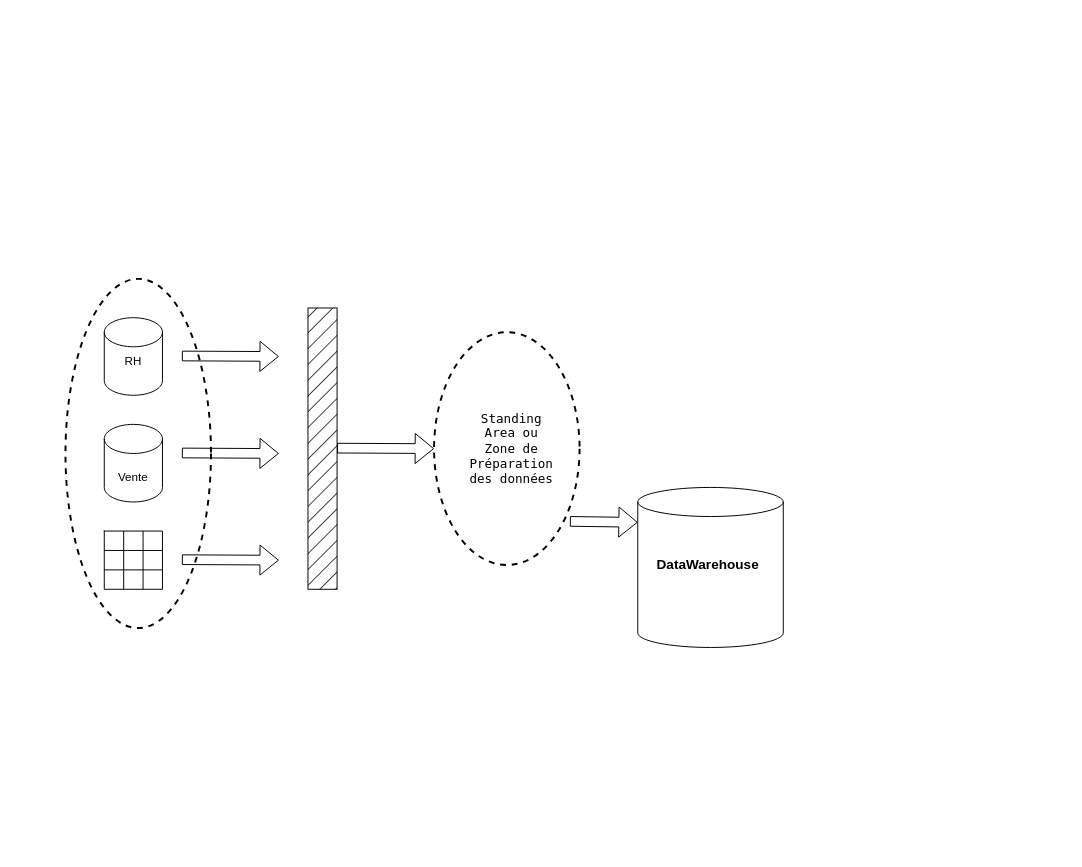
This is Diagramme sans nom.drawio from MasirikaConstantin/CURRICULUM-VITAE, a draw.io file, before an edit. Source tidied: cells renumbered, new cells numbered last; positions are measured from the earlier drawing's top-left corner, leaving out a move shared by most shapes. Both pictures are drawn from the tidied source at 97%, with x=0, y=0 at pixel (65, 278).
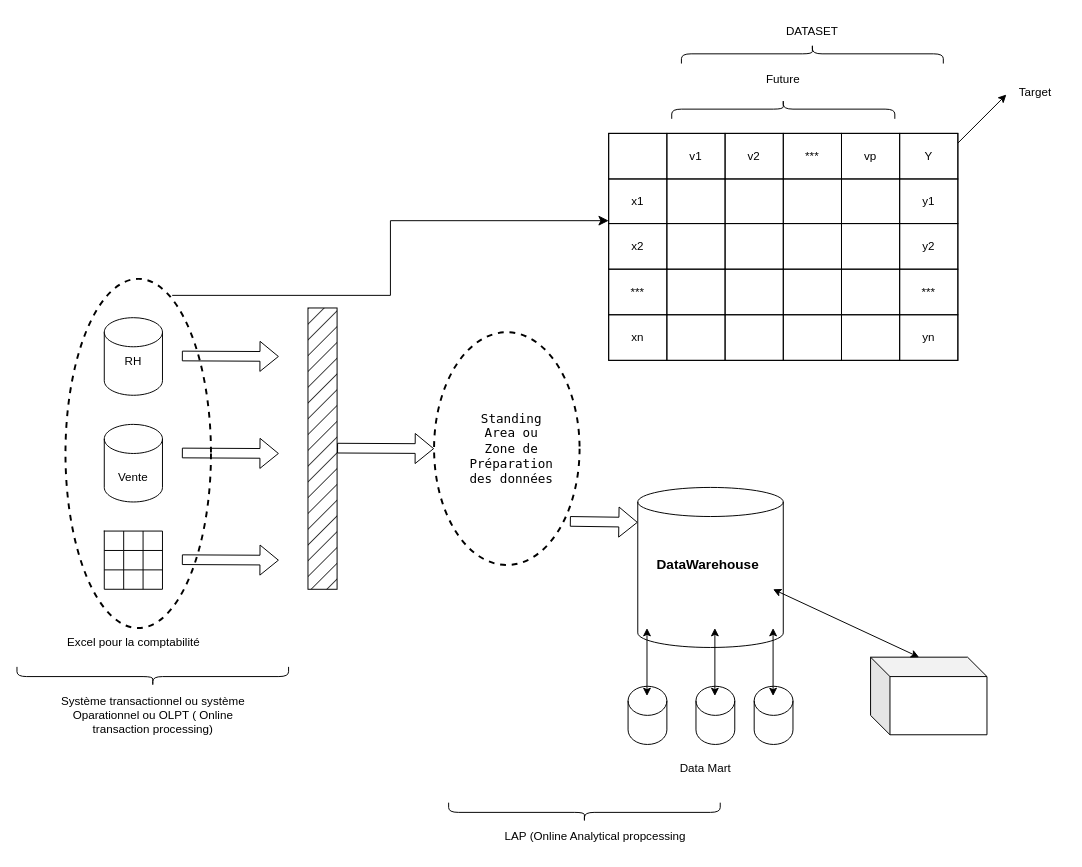
After the change.

Commit message (it also covers changes not shown here):
Mettre à jour Diagramme sans nom.drawio

The edit, as a diff of the source:
```diff
@@
+    <mxCell id="30" style="shape=cylinder3;whiteSpace=wrap;html=1;boundedLbl=1;backgroundOutline=1;size=15;" parent="1" vertex="1">
+      <mxGeometry x="580" y="420" width="40" height="60" as="geometry" />
+    </mxCell>
+    <mxCell id="31" style="shape=cylinder3;whiteSpace=wrap;html=1;boundedLbl=1;backgroundOutline=1;size=15;" parent="1" vertex="1">
+      <mxGeometry x="650" y="420" width="40" height="60" as="geometry" />
+    </mxCell>
+    <mxCell id="32" style="shape=cylinder3;whiteSpace=wrap;html=1;boundedLbl=1;backgroundOutline=1;size=15;" parent="1" vertex="1">
+      <mxGeometry x="710" y="420" width="40" height="60" as="geometry" />
+    </mxCell>
+    <mxCell id="33" style="endArrow=classic;startArrow=classic;html=1;rounded=0;" parent="1" edge="1">
+      <mxGeometry relative="1" as="geometry">
+        <mxPoint x="599.5" y="430" as="sourcePoint" />
+        <mxPoint x="599.5" y="360" as="targetPoint" />
+      </mxGeometry>
+    </mxCell>
+    <mxCell id="34" style="endArrow=classic;startArrow=classic;html=1;rounded=0;" parent="1" edge="1">
+      <mxGeometry relative="1" as="geometry">
+        <mxPoint x="669.5" y="430" as="sourcePoint" />
+        <mxPoint x="669.5" y="360" as="targetPoint" />
+      </mxGeometry>
+    </mxCell>
+    <mxCell id="35" style="endArrow=classic;startArrow=classic;html=1;rounded=0;" parent="1" edge="1">
+      <mxGeometry relative="1" as="geometry">
+        <mxPoint x="729.5" y="430" as="sourcePoint" />
+        <mxPoint x="729.5" y="360" as="targetPoint" />
+      </mxGeometry>
+    </mxCell>
+    <mxCell id="36" value="Data Mart" style="text;strokeColor=none;align=center;fillColor=none;html=1;verticalAlign=middle;whiteSpace=wrap;rounded=0;" parent="1" vertex="1">
+      <mxGeometry x="630" y="490" width="60" height="30" as="geometry" />
+    </mxCell>
+    <mxCell id="37" style="shape=cube;whiteSpace=wrap;html=1;boundedLbl=1;backgroundOutline=1;darkOpacity=0.05;darkOpacity2=0.1;" parent="1" vertex="1">
+      <mxGeometry x="830" y="390" width="120" height="80" as="geometry" />
+    </mxCell>
+    <mxCell id="38" style="endArrow=classic;startArrow=classic;html=1;rounded=0;exitX=0;exitY=0;exitDx=50;exitDy=0;exitPerimeter=0;" parent="1" edge="1" source="37">
+      <mxGeometry relative="1" as="geometry">
+        <mxPoint x="729.5" y="320" as="targetPoint" />
+      </mxGeometry>
+    </mxCell>
+    <mxCell id="39" style="childLayout=tableLayout;shadow=0;fillColor=none;" parent="1" vertex="1">
+      <mxGeometry x="560" y="-150" width="360" height="234" as="geometry" />
+    </mxCell>
+    <mxCell id="40" style="shape=tableRow;horizontal=0;startSize=0;swimlaneHead=0;swimlaneBody=0;top=0;left=0;bottom=0;right=0;fontStyle=0;fillColor=none;strokeColor=inherit;" parent="39" vertex="1">
+      <mxGeometry width="360" height="47" as="geometry" />
+    </mxCell>
+    <mxCell id="41" value="&lt;span style=&quot;white-space: pre;&quot;&gt;&#9;&lt;/span&gt;" style="strokeColor=inherit;fillColor=none;align=center;whiteSpace=wrap;html=1;" parent="40" vertex="1">
+      <mxGeometry width="60" height="47" as="geometry" />
+    </mxCell>
+    <mxCell id="42" value="v1" style="strokeColor=inherit;fillColor=none;align=center;whiteSpace=wrap;html=1;" parent="40" vertex="1">
+      <mxGeometry x="60" width="60" height="47" as="geometry" />
+    </mxCell>
+    <mxCell id="43" value="v2" style="strokeColor=inherit;fillColor=none;align=center;whiteSpace=wrap;html=1;" parent="40" vertex="1">
+      <mxGeometry x="120" width="60" height="47" as="geometry" />
+    </mxCell>
+    <mxCell id="44" value="***" style="strokeColor=inherit;fillColor=none;align=center;whiteSpace=wrap;html=1;" parent="40" vertex="1">
+      <mxGeometry x="180" width="60" height="47" as="geometry" />
+    </mxCell>
+    <mxCell id="45" value="vp" style="strokeColor=inherit;fillColor=none;align=center;whiteSpace=wrap;html=1;" parent="40" vertex="1">
+      <mxGeometry x="240" width="60" height="47" as="geometry" />
+    </mxCell>
+    <mxCell id="46" value="Y" style="strokeColor=inherit;fillColor=none;align=center;whiteSpace=wrap;html=1;" parent="40" vertex="1">
+      <mxGeometry x="300" width="60" height="47" as="geometry" />
+    </mxCell>
+    <mxCell id="47" style="shape=tableRow;horizontal=0;startSize=0;swimlaneHead=0;swimlaneBody=0;top=0;left=0;bottom=0;right=0;fontStyle=0;fillColor=none;strokeColor=inherit;" parent="39" vertex="1">
+      <mxGeometry y="47" width="360" height="46" as="geometry" />
+    </mxCell>
+    <mxCell id="48" value="x1" style="strokeColor=inherit;fillColor=none;align=center;whiteSpace=wrap;html=1;" parent="47" vertex="1">
+      <mxGeometry width="60" height="46" as="geometry" />
+    </mxCell>
+    <mxCell id="49" style="strokeColor=inherit;fillColor=none;align=center;whiteSpace=wrap;html=1;" parent="47" vertex="1">
+      <mxGeometry x="60" width="60" height="46" as="geometry" />
+    </mxCell>
+    <mxCell id="50" style="strokeColor=inherit;fillColor=none;align=center;whiteSpace=wrap;html=1;" parent="47" vertex="1">
+      <mxGeometry x="120" width="60" height="46" as="geometry" />
+    </mxCell>
+    <mxCell id="51" style="strokeColor=inherit;fillColor=none;align=center;whiteSpace=wrap;html=1;" parent="47" vertex="1">
+      <mxGeometry x="180" width="60" height="46" as="geometry" />
+    </mxCell>
+    <mxCell id="52" style="strokeColor=inherit;fillColor=none;align=center;whiteSpace=wrap;html=1;" parent="47" vertex="1">
+      <mxGeometry x="240" width="60" height="46" as="geometry" />
+    </mxCell>
+    <mxCell id="53" value="y1" style="strokeColor=inherit;fillColor=none;align=center;whiteSpace=wrap;html=1;" parent="47" vertex="1">
+      <mxGeometry x="300" width="60" height="46" as="geometry" />
+    </mxCell>
+    <mxCell id="54" style="shape=tableRow;horizontal=0;startSize=0;swimlaneHead=0;swimlaneBody=0;top=0;left=0;bottom=0;right=0;fontStyle=0;fillColor=none;strokeColor=inherit;" parent="39" vertex="1">
+      <mxGeometry y="93" width="360" height="47" as="geometry" />
+    </mxCell>
+    <mxCell id="55" value="x2" style="strokeColor=inherit;fillColor=none;align=center;whiteSpace=wrap;html=1;" parent="54" vertex="1">
+      <mxGeometry width="60" height="47" as="geometry" />
+    </mxCell>
+    <mxCell id="56" style="strokeColor=inherit;fillColor=none;align=center;whiteSpace=wrap;html=1;" parent="54" vertex="1">
+      <mxGeometry x="60" width="60" height="47" as="geometry" />
+    </mxCell>
+    <mxCell id="57" style="strokeColor=inherit;fillColor=none;align=center;whiteSpace=wrap;html=1;" parent="54" vertex="1">
+      <mxGeometry x="120" width="60" height="47" as="geometry" />
+    </mxCell>
+    <mxCell id="58" style="strokeColor=inherit;fillColor=none;align=center;whiteSpace=wrap;html=1;" parent="54" vertex="1">
+      <mxGeometry x="180" width="60" height="47" as="geometry" />
+    </mxCell>
+    <mxCell id="59" style="strokeColor=inherit;fillColor=none;align=center;whiteSpace=wrap;html=1;" parent="54" vertex="1">
+      <mxGeometry x="240" width="60" height="47" as="geometry" />
+    </mxCell>
+    <mxCell id="60" value="y2" style="strokeColor=inherit;fillColor=none;align=center;whiteSpace=wrap;html=1;" parent="54" vertex="1">
+      <mxGeometry x="300" width="60" height="47" as="geometry" />
+    </mxCell>
+    <mxCell id="61" style="shape=tableRow;horizontal=0;startSize=0;swimlaneHead=0;swimlaneBody=0;top=0;left=0;bottom=0;right=0;fontStyle=0;fillColor=none;strokeColor=inherit;" parent="39" vertex="1">
+      <mxGeometry y="140" width="360" height="47" as="geometry" />
+    </mxCell>
+    <mxCell id="62" value="***" style="strokeColor=inherit;fillColor=none;align=center;whiteSpace=wrap;html=1;" parent="61" vertex="1">
+      <mxGeometry width="60" height="47" as="geometry" />
+    </mxCell>
+    <mxCell id="63" style="strokeColor=inherit;fillColor=none;align=center;whiteSpace=wrap;html=1;" parent="61" vertex="1">
+      <mxGeometry x="60" width="60" height="47" as="geometry" />
+    </mxCell>
+    <mxCell id="64" style="strokeColor=inherit;fillColor=none;align=center;whiteSpace=wrap;html=1;" parent="61" vertex="1">
+      <mxGeometry x="120" width="60" height="47" as="geometry" />
+    </mxCell>
+    <mxCell id="65" style="strokeColor=inherit;fillColor=none;align=center;whiteSpace=wrap;html=1;" parent="61" vertex="1">
+      <mxGeometry x="180" width="60" height="47" as="geometry" />
+    </mxCell>
+    <mxCell id="66" style="strokeColor=inherit;fillColor=none;align=center;whiteSpace=wrap;html=1;" parent="61" vertex="1">
+      <mxGeometry x="240" width="60" height="47" as="geometry" />
+    </mxCell>
+    <mxCell id="67" value="***" style="strokeColor=inherit;fillColor=none;align=center;whiteSpace=wrap;html=1;" parent="61" vertex="1">
+      <mxGeometry x="300" width="60" height="47" as="geometry" />
+    </mxCell>
+    <mxCell id="68" style="shape=tableRow;horizontal=0;startSize=0;swimlaneHead=0;swimlaneBody=0;top=0;left=0;bottom=0;right=0;fontStyle=0;fillColor=none;strokeColor=inherit;" parent="39" vertex="1">
+      <mxGeometry y="187" width="360" height="47" as="geometry" />
+    </mxCell>
+    <mxCell id="69" value="xn" style="strokeColor=inherit;fillColor=none;align=center;whiteSpace=wrap;html=1;" parent="68" vertex="1">
+      <mxGeometry width="60" height="47" as="geometry" />
+    </mxCell>
+    <mxCell id="70" style="strokeColor=inherit;fillColor=none;align=center;whiteSpace=wrap;html=1;" parent="68" vertex="1">
+      <mxGeometry x="60" width="60" height="47" as="geometry" />
+    </mxCell>
+    <mxCell id="71" style="strokeColor=inherit;fillColor=none;align=center;whiteSpace=wrap;html=1;" parent="68" vertex="1">
+      <mxGeometry x="120" width="60" height="47" as="geometry" />
+    </mxCell>
+    <mxCell id="72" style="strokeColor=inherit;fillColor=none;align=center;whiteSpace=wrap;html=1;" parent="68" vertex="1">
+      <mxGeometry x="180" width="60" height="47" as="geometry" />
+    </mxCell>
+    <mxCell id="73" style="strokeColor=inherit;fillColor=none;align=center;whiteSpace=wrap;html=1;" parent="68" vertex="1">
+      <mxGeometry x="240" width="60" height="47" as="geometry" />
+    </mxCell>
+    <mxCell id="74" value="yn" style="strokeColor=inherit;fillColor=none;align=center;whiteSpace=wrap;html=1;" parent="68" vertex="1">
+      <mxGeometry x="300" width="60" height="47" as="geometry" />
+    </mxCell>
+    <mxCell id="75" style="shape=curlyBracket;whiteSpace=wrap;html=1;rounded=1;labelPosition=left;verticalLabelPosition=middle;align=right;verticalAlign=middle;rotation=90;" parent="1" vertex="1">
+      <mxGeometry x="760" y="-367" width="20" height="270" as="geometry" />
+    </mxCell>
+    <mxCell id="76" value="Future" style="text;strokeColor=none;align=center;fillColor=none;html=1;verticalAlign=middle;whiteSpace=wrap;rounded=0;" parent="1" vertex="1">
+      <mxGeometry x="710" y="-220" width="60" height="30" as="geometry" />
+    </mxCell>
+    <mxCell id="77" style="shape=curlyBracket;whiteSpace=wrap;html=1;rounded=1;labelPosition=left;verticalLabelPosition=middle;align=right;verticalAlign=middle;rotation=90;" parent="1" vertex="1">
+      <mxGeometry x="730" y="-290" width="20" height="230" as="geometry" />
+    </mxCell>
+    <mxCell id="78" value="DATASET" style="text;strokeColor=none;align=center;fillColor=none;html=1;verticalAlign=middle;whiteSpace=wrap;rounded=0;" parent="1" vertex="1">
+      <mxGeometry x="740" y="-270" width="60" height="30" as="geometry" />
+    </mxCell>
+    <mxCell id="79" value="&lt;div&gt;Target&lt;/div&gt;&lt;div&gt;&lt;br&gt;&lt;/div&gt;" style="text;strokeColor=none;align=center;fillColor=none;html=1;verticalAlign=middle;whiteSpace=wrap;rounded=0;" parent="1" vertex="1">
+      <mxGeometry x="970" y="-200" width="60" height="30" as="geometry" />
+    </mxCell>
+    <mxCell id="80" style="endArrow=classic;html=1;rounded=0;" parent="1" edge="1">
+      <mxGeometry relative="1" as="geometry">
+        <mxPoint x="920" y="-140" as="sourcePoint" />
+        <mxPoint x="970" y="-190" as="targetPoint" />
+      </mxGeometry>
+    </mxCell>
+    <mxCell id="81" style="edgeStyle=elbowEdgeStyle;elbow=horizontal;endArrow=classic;html=1;curved=0;rounded=0;endSize=8;startSize=8;entryX=0;entryY=0;entryDx=0;entryDy=0;" parent="1" edge="1">
+      <mxGeometry relative="1" as="geometry">
+        <mxPoint x="110" y="17" as="sourcePoint" />
+        <mxPoint x="560" y="-60" as="targetPoint" />
+      </mxGeometry>
+    </mxCell>
+    <mxCell id="82" style="shape=curlyBracket;whiteSpace=wrap;html=1;rounded=1;flipH=1;labelPosition=right;verticalLabelPosition=middle;align=left;verticalAlign=middle;rotation=90;" parent="1" vertex="1">
+      <mxGeometry x="525" y="410" width="20" height="280" as="geometry" />
+    </mxCell>
+    <mxCell id="83" value="LAP (Online Analytical propcessing" style="text;strokeColor=none;align=center;fillColor=none;html=1;verticalAlign=middle;whiteSpace=wrap;rounded=0;" parent="1" vertex="1">
+      <mxGeometry x="434" y="560" width="225" height="30" as="geometry" />
+    </mxCell>
+    <mxCell id="84" style="shape=curlyBracket;whiteSpace=wrap;html=1;rounded=1;flipH=1;labelPosition=right;verticalLabelPosition=middle;align=left;verticalAlign=middle;rotation=90;" parent="1" vertex="1">
+      <mxGeometry x="80" y="270" width="20" height="280" as="geometry" />
+    </mxCell>
+    <mxCell id="85" value="Système transactionnel ou système Oparationnel ou OLPT ( Online transaction processing)" style="text;strokeColor=none;align=center;fillColor=none;html=1;verticalAlign=middle;whiteSpace=wrap;rounded=0;" parent="1" vertex="1">
+      <mxGeometry x="-22.5" y="435" width="225" height="30" as="geometry" />
+    </mxCell>
+    <mxCell id="86" value="Excel pour la comptabilité" style="text;strokeColor=none;align=center;fillColor=none;html=1;verticalAlign=middle;whiteSpace=wrap;rounded=0;" parent="1" vertex="1">
+      <mxGeometry x="-42.5" y="360" width="225" height="30" as="geometry" />
+    </mxCell>
```
